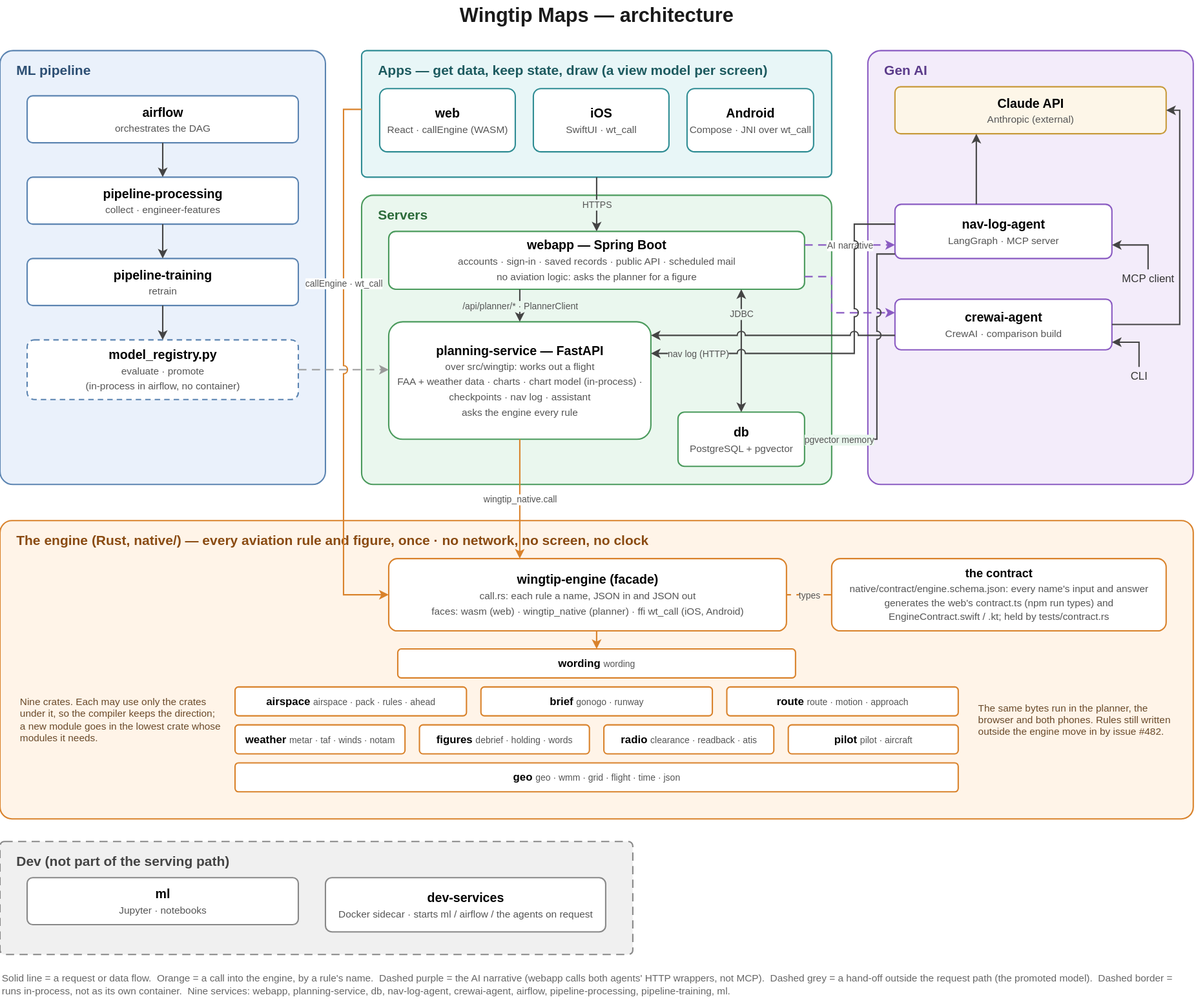
Before: docs/architecture-current.svg, a diagram exported from draw.io (asdaq-samir/flight_plan). Source tidied: cells renumbered, new cells last; positions are measured from the earlier drawing's top-left corner, leaving out a move shared by most shapes.
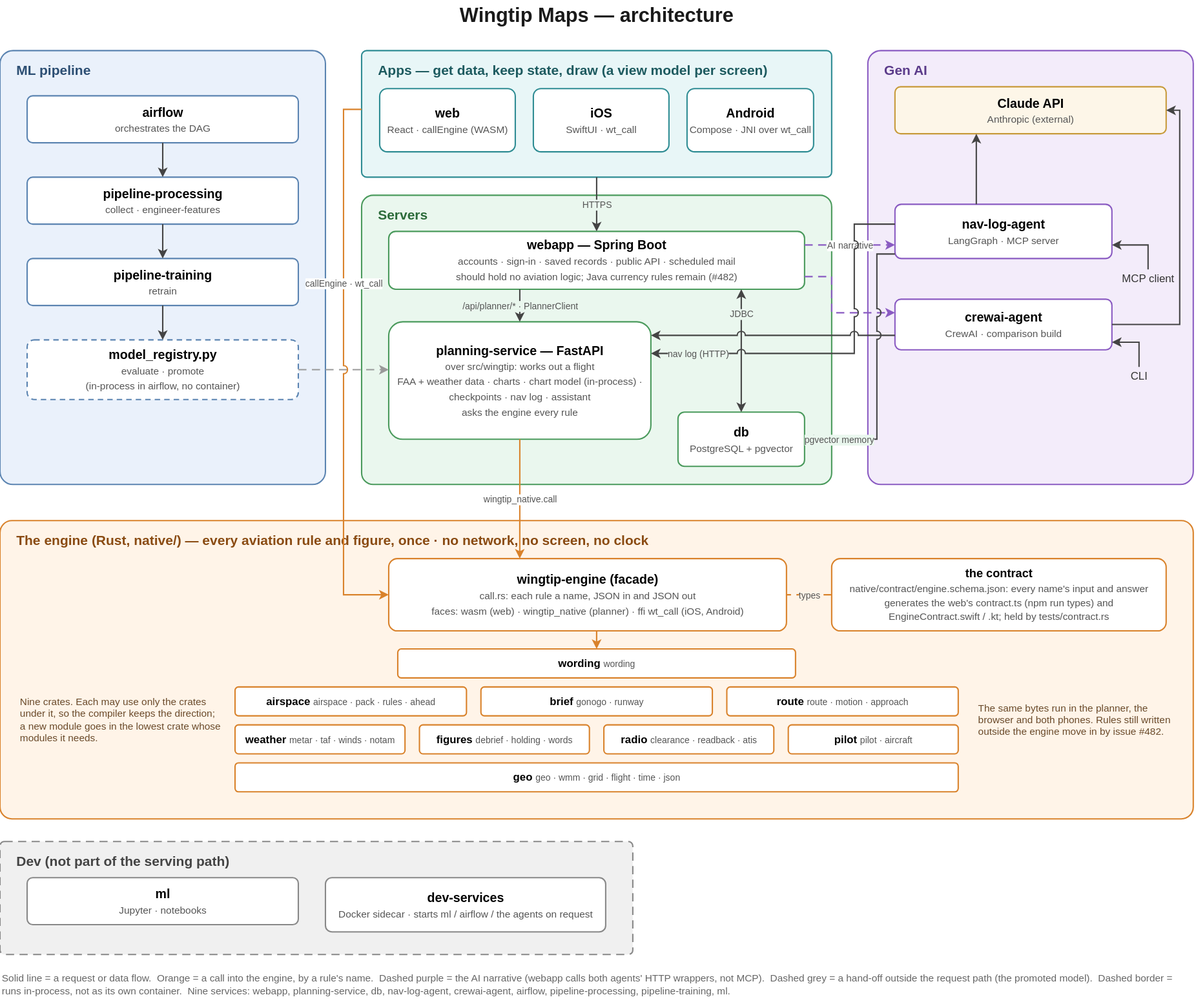
Later version of the same file.

Diff of the diagram source:
```diff
@@ -44,7 +44,7 @@
     <mxCell id="15" value="&lt;b&gt;Android&lt;/b&gt;&lt;br&gt;&lt;span style=&quot;font-size:11px;color:#555555;&quot;&gt;Compose · JNI over wt_call&lt;/span&gt;" style="rounded=1;arcSize=12;whiteSpace=wrap;html=1;fillColor=#FFFFFF;strokeColor=#2E8C93;strokeWidth=1.5;fontSize=14;" parent="1" vertex="1">
       <mxGeometry x="760" y="98" width="140" height="70" as="geometry" />
     </mxCell>
-    <mxCell id="16" value="&lt;b&gt;webapp — Spring Boot&lt;/b&gt;&lt;br&gt;&lt;span style=&quot;font-size:11px;color:#555555;&quot;&gt;accounts · sign-in · saved records · public API · scheduled mail&lt;/span&gt;&lt;br&gt;&lt;span style=&quot;font-size:11px;color:#555555;&quot;&gt;no aviation logic: asks the planner for a figure&lt;/span&gt;" style="rounded=1;arcSize=12;whiteSpace=wrap;html=1;fillColor=#FFFFFF;strokeColor=#4A9A5C;strokeWidth=1.5;fontSize=14;" parent="1" vertex="1">
+    <mxCell id="16" value="&lt;b&gt;webapp — Spring Boot&lt;/b&gt;&lt;br&gt;&lt;span style=&quot;font-size:11px;color:#555555;&quot;&gt;accounts · sign-in · saved records · public API · scheduled mail&lt;/span&gt;&lt;br&gt;&lt;span style=&quot;font-size:11px;color:#555555;&quot;&gt;should hold no aviation logic; Java currency rules remain (#482)&lt;/span&gt;" style="rounded=1;arcSize=12;whiteSpace=wrap;html=1;fillColor=#FFFFFF;strokeColor=#4A9A5C;strokeWidth=1.5;fontSize=14;" parent="1" vertex="1">
       <mxGeometry x="430" y="256" width="460" height="64" as="geometry" />
     </mxCell>
     <mxCell id="17" value="&lt;b&gt;planning-service — FastAPI&lt;/b&gt;&lt;br&gt;&lt;span style=&quot;font-size:11px;color:#555555;&quot;&gt;over src/wingtip: works out a flight&lt;/span&gt;&lt;br&gt;&lt;span style=&quot;font-size:11px;color:#555555;&quot;&gt;FAA + weather data · charts · chart model (in-process) · checkpoints · nav log · assistant&lt;/span&gt;&lt;br&gt;&lt;span style=&quot;font-size:11px;color:#555555;&quot;&gt;asks the engine every rule&lt;/span&gt;" style="rounded=1;arcSize=12;whiteSpace=wrap;html=1;fillColor=#FFFFFF;strokeColor=#4A9A5C;strokeWidth=1.5;fontSize=14;" parent="1" vertex="1">
```
